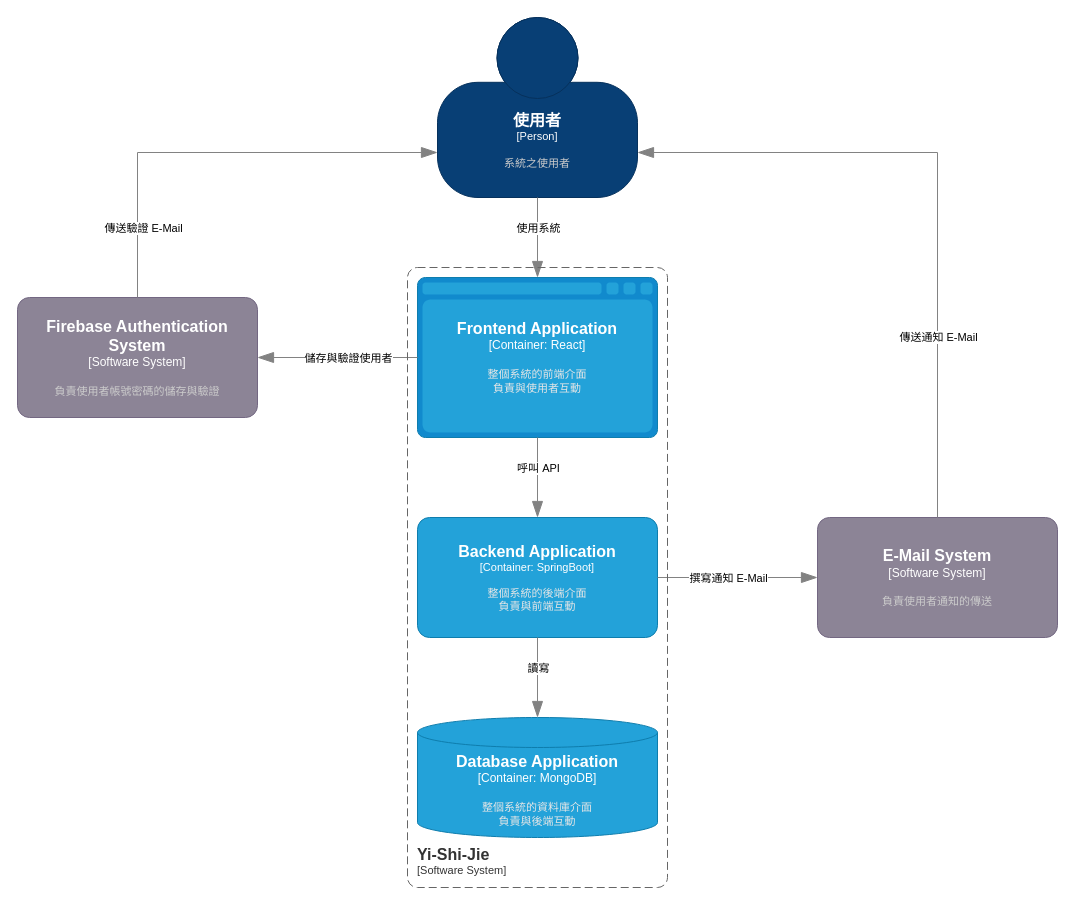
Before: Report/word/SDD/內容/ContainerDiagram.drawio in PeiJeSsu/Classroom-Reservation, a draw.io diagram. Source tidied: cells renumbered, new cells numbered last; positions are measured from the earlier drawing's top-left corner, leaving out a move shared by most shapes. Both pictures are drawn from the tidied source at 100%, with x=0, y=0 at pixel (17, 17).
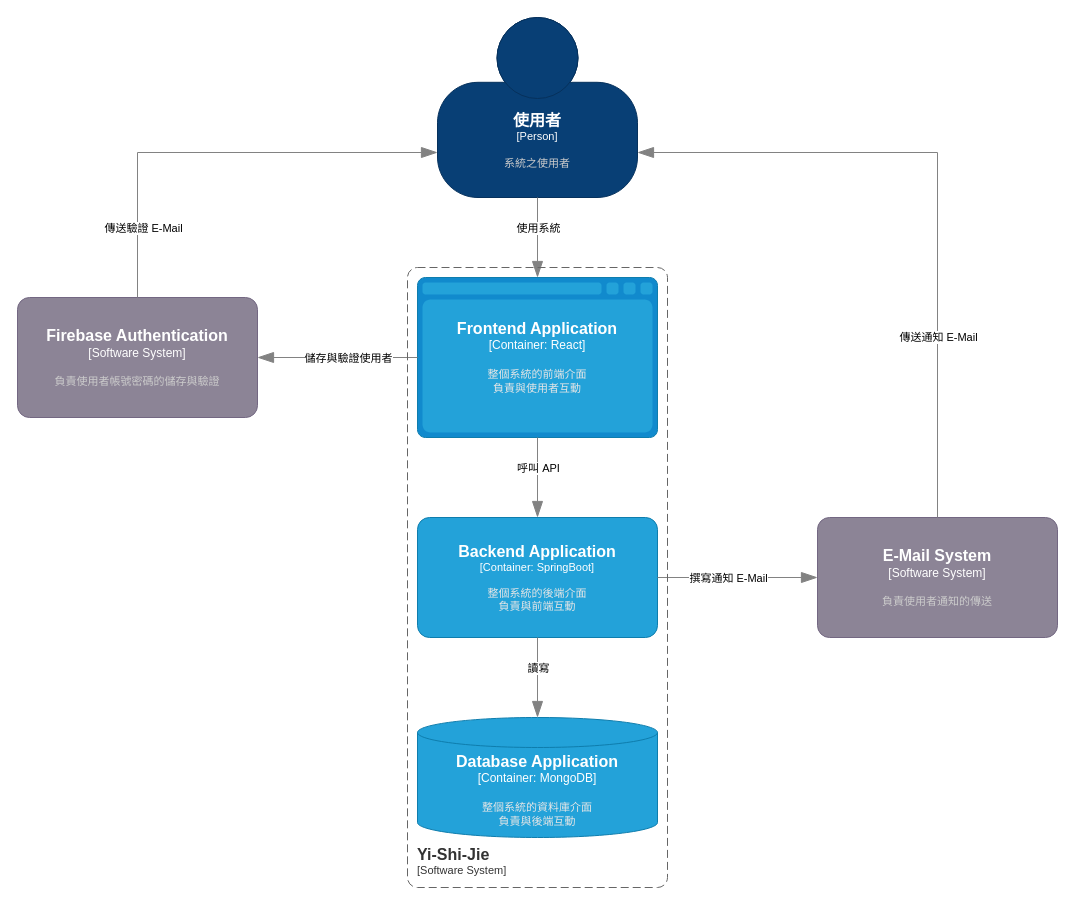
The same page after the edit.

Commit message (it also covers changes not shown here):
Refine Diagram

Diff of the diagram source:
```diff
@@
-    <object id="6" label="&lt;font style=&quot;font-size: 16px&quot;&gt;&lt;b&gt;%c4Name%&lt;/b&gt;&lt;/font&gt;&lt;div&gt;[%c4Type%]&lt;/div&gt;&lt;br&gt;&lt;div&gt;&lt;font style=&quot;font-size: 11px&quot;&gt;&lt;font color=&quot;#cccccc&quot;&gt;%c4Description%&lt;/font&gt;&lt;/div&gt;" c4Description="負責使用者帳號密碼的儲存與驗證" c4Name="Firebase Authentication System" c4Type="Software System" placeholders="1">
+    <object id="6" label="&lt;font style=&quot;font-size: 16px&quot;&gt;&lt;b&gt;%c4Name%&lt;/b&gt;&lt;/font&gt;&lt;div&gt;[%c4Type%]&lt;/div&gt;&lt;br&gt;&lt;div&gt;&lt;font style=&quot;font-size: 11px&quot;&gt;&lt;font color=&quot;#cccccc&quot;&gt;%c4Description%&lt;/font&gt;&lt;/div&gt;" c4Description="負責使用者帳號密碼的儲存與驗證" c4Name="Firebase Authentication" c4Type="Software System" placeholders="1">
       <mxCell style="rounded=1;whiteSpace=wrap;html=1;labelBackgroundColor=none;fillColor=#8C8496;fontColor=#ffffff;align=center;arcSize=10;strokeColor=#736782;points=[[0.25,0,0],[0.5,0,0],[0.75,0,0],[1,0.25,0],[1,0.5,0],[1,0.75,0],[0.75,1,0],[0.5,1,0],[0.25,1,0],[0,0.75,0],[0,0.5,0],[0,0.25,0]];" parent="1" vertex="1">
         <mxGeometry y="280" width="240" height="120" as="geometry" />
       </mxCell>
     </object>
```
